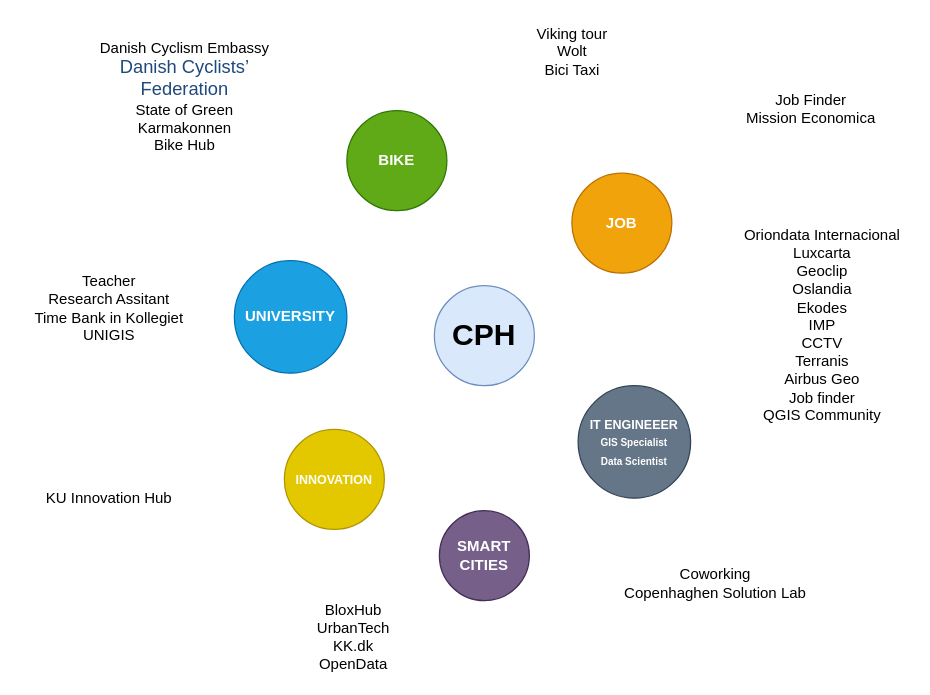
Earlier version of the draw.io diagram Untitled Diagram.drawio (enzopolo/custom-scripts). Source tidied: cells renumbered, new cells numbered last; positions are measured from the earlier drawing's top-left corner, leaving out a move shared by most shapes. Both pictures are drawn from the tidied source at 125%, with x=0, y=0 at pixel (21, 21).
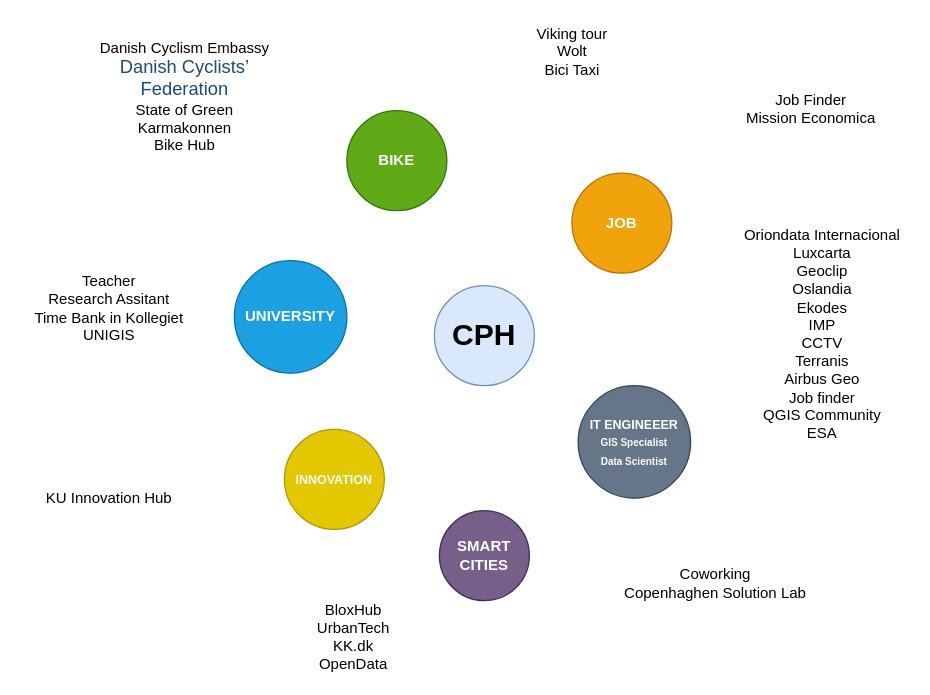
The same page after the edit.

Diff of the diagram source:
```diff
@@
 <mxGraphModel>
   <root>
     <mxCell id="0" />
     <mxCell id="1" parent="0" />
     <mxCell id="2" value="&lt;b&gt;&lt;font style=&quot;font-size: 24px&quot;&gt;CPH&lt;/font&gt;&lt;/b&gt;" style="ellipse;whiteSpace=wrap;html=1;fillColor=#dae8fc;strokeColor=#6c8ebf;" parent="1" vertex="1">
       <mxGeometry x="330" y="211" width="80" height="80" as="geometry" />
     </mxCell>
     <mxCell id="3" value="&lt;b&gt;BIKE&lt;/b&gt;" style="ellipse;whiteSpace=wrap;html=1;fillColor=#60a917;strokeColor=#2D7600;fontColor=#ffffff;" parent="1" vertex="1">
       <mxGeometry x="260" y="71" width="80" height="80" as="geometry" />
     </mxCell>
     <mxCell id="4" value="&lt;b&gt;JOB&lt;/b&gt;" style="ellipse;whiteSpace=wrap;html=1;fillColor=#f0a30a;strokeColor=#BD7000;fontColor=#ffffff;" parent="1" vertex="1">
       <mxGeometry x="440" y="121" width="80" height="80" as="geometry" />
     </mxCell>
     <mxCell id="5" value="&lt;b&gt;&lt;font&gt;&lt;span style=&quot;font-size: 10px&quot;&gt;IT ENGINEEER&lt;/span&gt;&lt;br&gt;&lt;font style=&quot;font-size: 8px&quot;&gt;GIS Specialist&lt;br&gt;Data Scientist&lt;br&gt;&lt;/font&gt;&lt;/font&gt;&lt;/b&gt;" style="ellipse;whiteSpace=wrap;html=1;fillColor=#647687;strokeColor=#314354;fontColor=#ffffff;" parent="1" vertex="1">
       <mxGeometry x="445" y="291" width="90" height="90" as="geometry" />
     </mxCell>
     <mxCell id="6" value="&lt;b&gt;UNIVERSITY&lt;/b&gt;" style="ellipse;whiteSpace=wrap;html=1;fillColor=#1ba1e2;strokeColor=#006EAF;fontColor=#ffffff;" parent="1" vertex="1">
       <mxGeometry x="170" y="191" width="90" height="90" as="geometry" />
     </mxCell>
     <mxCell id="7" value="&lt;font style=&quot;font-size: 10px&quot;&gt;&lt;b&gt;INNOVATION&lt;/b&gt;&lt;/font&gt;" style="ellipse;whiteSpace=wrap;html=1;fillColor=#e3c800;strokeColor=#B09500;fontColor=#ffffff;" parent="1" vertex="1">
       <mxGeometry x="210" y="326" width="80" height="80" as="geometry" />
     </mxCell>
     <mxCell id="8" value="Coworking&lt;br&gt;Copenhaghen Solution Lab" style="text;html=1;strokeColor=none;fillColor=none;align=center;verticalAlign=middle;whiteSpace=wrap;rounded=0;" parent="1" vertex="1">
       <mxGeometry x="460" y="421" width="190" height="55" as="geometry" />
     </mxCell>
     <mxCell id="9" value="Teacher&lt;br&gt;Research Assitant&lt;br&gt;Time Bank in Kollegiet&lt;br&gt;UNIGIS" style="text;html=1;strokeColor=none;fillColor=none;align=center;verticalAlign=middle;whiteSpace=wrap;rounded=0;" parent="1" vertex="1">
       <mxGeometry y="191" width="140" height="75" as="geometry" />
     </mxCell>
     <mxCell id="10" value="Viking tour&lt;br&gt;Wolt&lt;br&gt;Bici Taxi" style="text;html=1;align=center;verticalAlign=top;spacingTop=-4;" parent="1" vertex="1">
       <mxGeometry x="405" width="70" height="40" as="geometry" />
     </mxCell>
-    <mxCell id="11" value="Oriondata Internacional&lt;br&gt;Luxcarta&lt;br&gt;Geoclip&lt;br&gt;Oslandia&lt;br&gt;Ekodes&lt;br&gt;IMP&lt;br&gt;CCTV&lt;br&gt;Terranis&lt;br&gt;Airbus Geo&lt;br&gt;Job finder&lt;br&gt;QGIS Community" style="text;html=1;align=center;verticalAlign=top;spacingTop=-4;" parent="1" vertex="1">
-      <mxGeometry x="570" y="161" width="140" height="150" as="geometry" />
+    <mxCell id="11" value="Oriondata Internacional&lt;br&gt;Luxcarta&lt;br&gt;Geoclip&lt;br&gt;Oslandia&lt;br&gt;Ekodes&lt;br&gt;IMP&lt;br&gt;CCTV&lt;br&gt;Terranis&lt;br&gt;Airbus Geo&lt;br&gt;Job finder&lt;br&gt;QGIS Community&lt;br&gt;ESA" style="text;html=1;align=center;verticalAlign=top;spacingTop=-4;" parent="1" vertex="1">
+      <mxGeometry x="570" y="161" width="140" height="160" as="geometry" />
     </mxCell>
     <mxCell id="12" value="KU Innovation Hub" style="text;html=1;strokeColor=none;fillColor=none;align=center;verticalAlign=middle;whiteSpace=wrap;rounded=0;" parent="1" vertex="1">
       <mxGeometry x="10" y="371" width="120" height="20" as="geometry" />
     </mxCell>
     <mxCell id="13" value="Danish Cyclism Embassy&lt;br&gt;&lt;span style=&quot;color: rgb(31 , 73 , 125) ; font-family: &amp;#34;calibri&amp;#34; , sans-serif ; font-size: 14.6667px ; white-space: normal ; background-color: rgb(255 , 255 , 255)&quot;&gt;Danish Cyclists’ Federation&lt;/span&gt;&lt;br&gt;State of Green&lt;br&gt;Karmakonnen&lt;br&gt;Bike Hub" style="text;html=1;align=center;verticalAlign=top;spacingTop=-4;" parent="1" vertex="1">
       <mxGeometry x="45" y="11" width="170" height="70" as="geometry" />
     </mxCell>
     <mxCell id="14" value="&lt;b&gt;SMART CITIES&lt;/b&gt;" style="ellipse;whiteSpace=wrap;html=1;fillColor=#76608a;strokeColor=#432D57;fontColor=#ffffff;" parent="1" vertex="1">
       <mxGeometry x="334" y="391" width="72" height="72" as="geometry" />
     </mxCell>
     <mxCell id="15" value="BloxHub&lt;br&gt;UrbanTech&lt;br&gt;KK.dk&lt;br&gt;OpenData" style="text;html=1;align=center;verticalAlign=top;spacingTop=-4;" parent="1" vertex="1">
       <mxGeometry x="230" y="461" width="70" height="60" as="geometry" />
     </mxCell>
     <mxCell id="16" value="Job Finder&lt;br&gt;Mission Economica" style="text;html=1;align=center;verticalAlign=top;spacingTop=-4;" parent="1" vertex="1">
       <mxGeometry x="571" y="53" width="120" height="30" as="geometry" />
     </mxCell>
   </root>
 </mxGraphModel>
```
